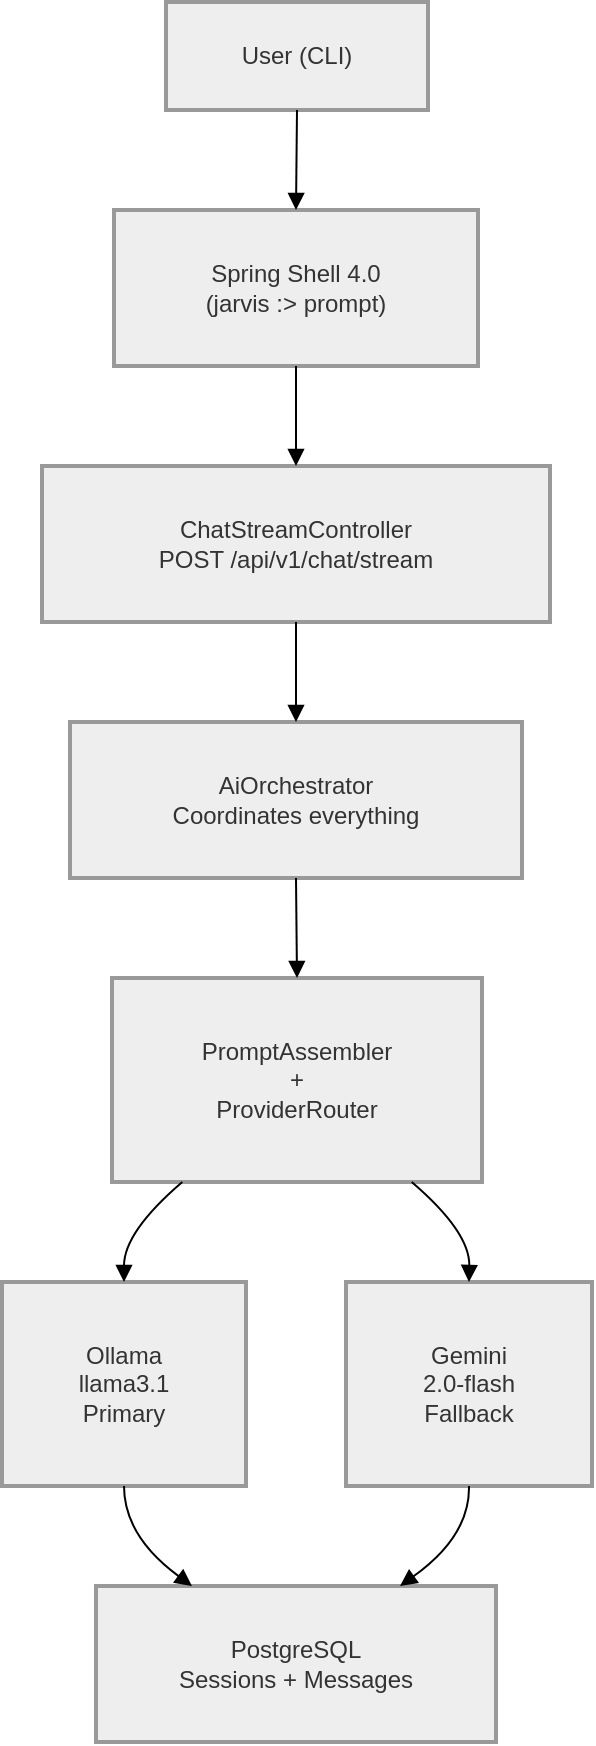
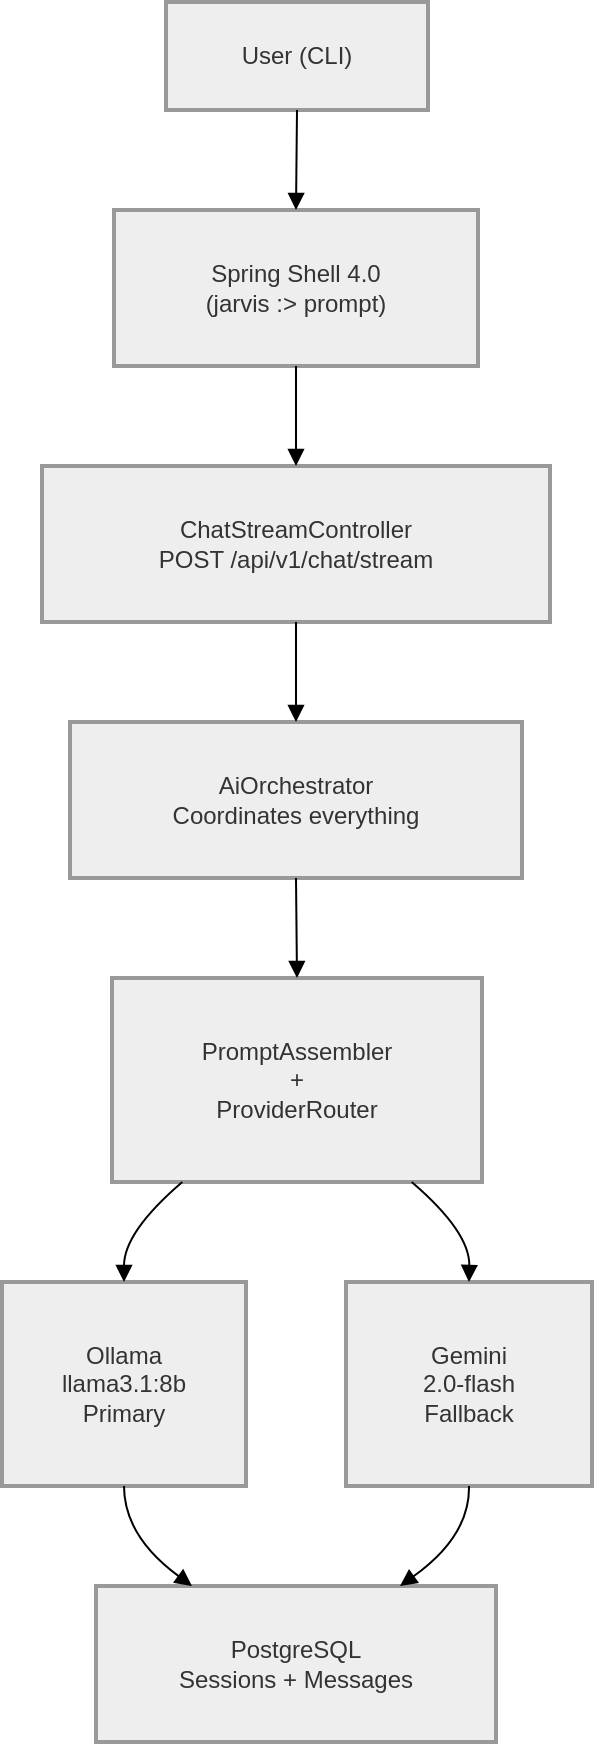
  <mxfile host="app.diagrams.net">
    <diagram name="Page-1" id="wY7HkS03owiggVAKXcqs">
      <mxGraphModel dx="1030" dy="527" grid="1" gridSize="10" guides="1" tooltips="1" connect="1" arrows="1" fold="1" page="1" pageScale="1" pageWidth="850" pageHeight="1100" math="0" shadow="0">
        <root>
          <mxCell id="0" />
          <mxCell id="1" parent="0" />
          <mxCell id="SCGlZj5swCD9gWGE6OnE-1" parent="1" style="whiteSpace=wrap;strokeWidth=2;fillColor=light-dark(#eeeeee,#1f2020);strokeColor=light-dark(#999999,#cccccc);fontColor=light-dark(#333333,#cccccc);" value="User (CLI)" vertex="1">
            <mxGeometry height="54" width="131" x="102" y="20" as="geometry" />
          </mxCell>
          <mxCell id="SCGlZj5swCD9gWGE6OnE-2" parent="1" style="whiteSpace=wrap;strokeWidth=2;fillColor=light-dark(#eeeeee,#1f2020);strokeColor=light-dark(#999999,#cccccc);fontColor=light-dark(#333333,#cccccc);" value="Spring Shell 4.0&#xa;(jarvis :&gt; prompt)" vertex="1">
            <mxGeometry height="78" width="182" x="76" y="124" as="geometry" />
          </mxCell>
          <mxCell id="SCGlZj5swCD9gWGE6OnE-3" parent="1" style="whiteSpace=wrap;strokeWidth=2;fillColor=light-dark(#eeeeee,#1f2020);strokeColor=light-dark(#999999,#cccccc);fontColor=light-dark(#333333,#cccccc);" value="ChatStreamController&#xa;POST /api/v1/chat/stream" vertex="1">
            <mxGeometry height="78" width="254" x="40" y="252" as="geometry" />
          </mxCell>
          <mxCell id="SCGlZj5swCD9gWGE6OnE-4" parent="1" style="whiteSpace=wrap;strokeWidth=2;fillColor=light-dark(#eeeeee,#1f2020);strokeColor=light-dark(#999999,#cccccc);fontColor=light-dark(#333333,#cccccc);" value="AiOrchestrator&#xa;Coordinates everything" vertex="1">
            <mxGeometry height="78" width="226" x="54" y="380" as="geometry" />
          </mxCell>
          <mxCell id="SCGlZj5swCD9gWGE6OnE-5" parent="1" style="whiteSpace=wrap;strokeWidth=2;fillColor=light-dark(#eeeeee,#1f2020);strokeColor=light-dark(#999999,#cccccc);fontColor=light-dark(#333333,#cccccc);" value="PromptAssembler&#xa;+&#xa;ProviderRouter" vertex="1">
            <mxGeometry height="102" width="185" x="75" y="508" as="geometry" />
          </mxCell>
-           <mxCell id="SCGlZj5swCD9gWGE6OnE-6" parent="1" style="whiteSpace=wrap;strokeWidth=2;fillColor=light-dark(#eeeeee,#1f2020);strokeColor=light-dark(#999999,#cccccc);fontColor=light-dark(#333333,#cccccc);" value="Ollama&#xa;llama3.1&#xa;Primary" vertex="1">
+           <mxCell id="SCGlZj5swCD9gWGE6OnE-6" parent="1" style="whiteSpace=wrap;strokeWidth=2;fillColor=light-dark(#eeeeee,#1f2020);strokeColor=light-dark(#999999,#cccccc);fontColor=light-dark(#333333,#cccccc);" value="Ollama&#xa;llama3.1:8b&#xa;Primary" vertex="1">
            <mxGeometry height="102" width="122" x="20" y="660" as="geometry" />
          </mxCell>
          <mxCell id="SCGlZj5swCD9gWGE6OnE-7" parent="1" style="whiteSpace=wrap;strokeWidth=2;fillColor=light-dark(#eeeeee,#1f2020);strokeColor=light-dark(#999999,#cccccc);fontColor=light-dark(#333333,#cccccc);" value="Gemini&#xa;2.0-flash&#xa;Fallback" vertex="1">
            <mxGeometry height="102" width="123" x="192" y="660" as="geometry" />
          </mxCell>
          <mxCell id="SCGlZj5swCD9gWGE6OnE-8" parent="1" style="whiteSpace=wrap;strokeWidth=2;fillColor=light-dark(#eeeeee,#1f2020);strokeColor=light-dark(#999999,#cccccc);fontColor=light-dark(#333333,#cccccc);" value="PostgreSQL&#xa;Sessions + Messages" vertex="1">
            <mxGeometry height="78" width="200" x="67" y="812" as="geometry" />
          </mxCell>
          <mxCell id="SCGlZj5swCD9gWGE6OnE-9" edge="1" parent="1" source="SCGlZj5swCD9gWGE6OnE-1" style="curved=1;startArrow=none;endArrow=block;exitX=0.5;exitY=1;entryX=0.5;entryY=0;rounded=0;" target="SCGlZj5swCD9gWGE6OnE-2" value="">
            <mxGeometry relative="1" as="geometry">
              <Array as="points" />
            </mxGeometry>
          </mxCell>
          <mxCell id="SCGlZj5swCD9gWGE6OnE-10" edge="1" parent="1" source="SCGlZj5swCD9gWGE6OnE-2" style="curved=1;startArrow=none;endArrow=block;exitX=0.5;exitY=1;entryX=0.5;entryY=0;rounded=0;" target="SCGlZj5swCD9gWGE6OnE-3" value="">
            <mxGeometry relative="1" as="geometry">
              <Array as="points" />
            </mxGeometry>
          </mxCell>
          <mxCell id="SCGlZj5swCD9gWGE6OnE-11" edge="1" parent="1" source="SCGlZj5swCD9gWGE6OnE-3" style="curved=1;startArrow=none;endArrow=block;exitX=0.5;exitY=1;entryX=0.5;entryY=0;rounded=0;" target="SCGlZj5swCD9gWGE6OnE-4" value="">
            <mxGeometry relative="1" as="geometry">
              <Array as="points" />
            </mxGeometry>
          </mxCell>
          <mxCell id="SCGlZj5swCD9gWGE6OnE-12" edge="1" parent="1" source="SCGlZj5swCD9gWGE6OnE-4" style="curved=1;startArrow=none;endArrow=block;exitX=0.5;exitY=1;entryX=0.5;entryY=0;rounded=0;" target="SCGlZj5swCD9gWGE6OnE-5" value="">
            <mxGeometry relative="1" as="geometry">
              <Array as="points" />
            </mxGeometry>
          </mxCell>
          <mxCell id="SCGlZj5swCD9gWGE6OnE-13" edge="1" parent="1" source="SCGlZj5swCD9gWGE6OnE-5" style="curved=1;startArrow=none;endArrow=block;exitX=0.19;exitY=1;entryX=0.5;entryY=0;rounded=0;" target="SCGlZj5swCD9gWGE6OnE-6" value="">
            <mxGeometry relative="1" as="geometry">
              <Array as="points">
                <mxPoint x="81" y="635" />
              </Array>
            </mxGeometry>
          </mxCell>
          <mxCell id="SCGlZj5swCD9gWGE6OnE-14" edge="1" parent="1" source="SCGlZj5swCD9gWGE6OnE-5" style="curved=1;startArrow=none;endArrow=block;exitX=0.81;exitY=1;entryX=0.5;entryY=0;rounded=0;" target="SCGlZj5swCD9gWGE6OnE-7" value="">
            <mxGeometry relative="1" as="geometry">
              <Array as="points">
                <mxPoint x="254" y="635" />
              </Array>
            </mxGeometry>
          </mxCell>
          <mxCell id="SCGlZj5swCD9gWGE6OnE-15" edge="1" parent="1" source="SCGlZj5swCD9gWGE6OnE-6" style="curved=1;startArrow=none;endArrow=block;exitX=0.5;exitY=1;entryX=0.24;entryY=0;rounded=0;" target="SCGlZj5swCD9gWGE6OnE-8" value="">
            <mxGeometry relative="1" as="geometry">
              <Array as="points">
                <mxPoint x="81" y="787" />
              </Array>
            </mxGeometry>
          </mxCell>
          <mxCell id="SCGlZj5swCD9gWGE6OnE-16" edge="1" parent="1" source="SCGlZj5swCD9gWGE6OnE-7" style="curved=1;startArrow=none;endArrow=block;exitX=0.5;exitY=1;entryX=0.76;entryY=0;rounded=0;" target="SCGlZj5swCD9gWGE6OnE-8" value="">
            <mxGeometry relative="1" as="geometry">
              <Array as="points">
                <mxPoint x="254" y="787" />
              </Array>
            </mxGeometry>
          </mxCell>
        </root>
      </mxGraphModel>
    </diagram>
  </mxfile>
